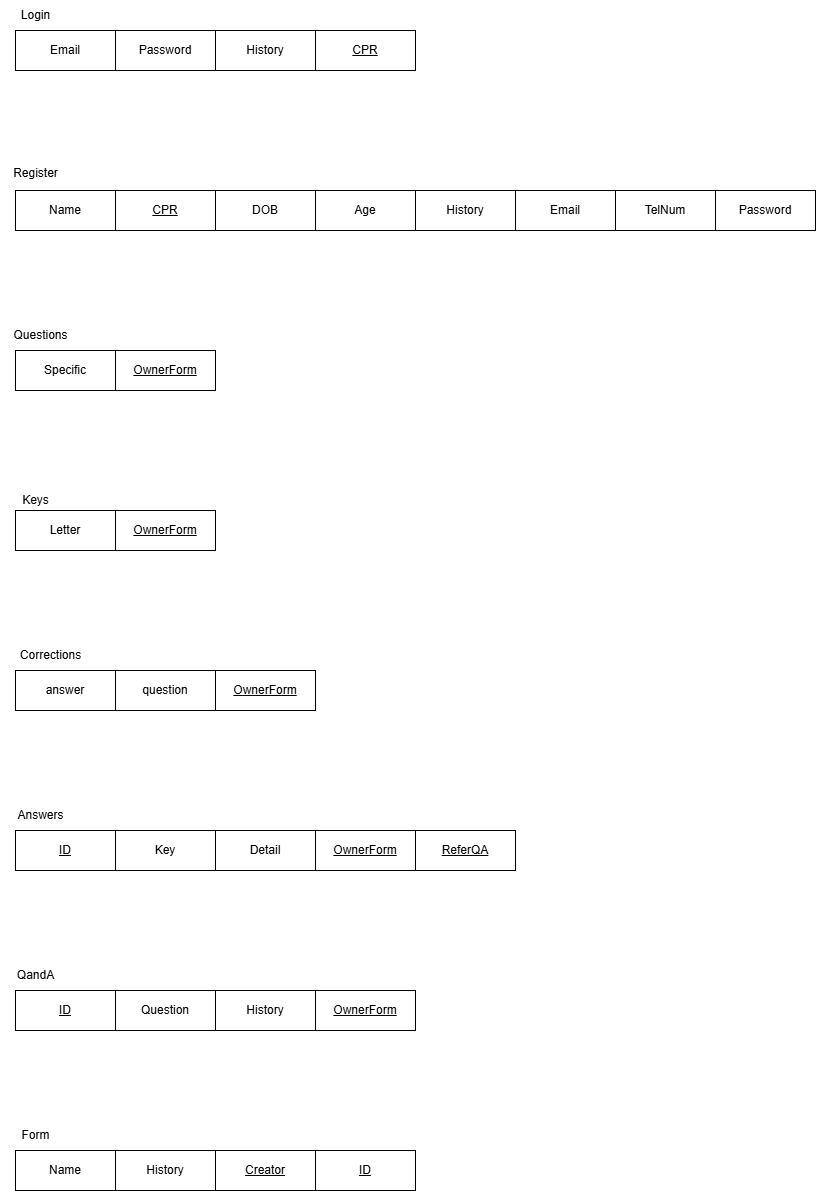
Above: Bahrainouna Project/Database_mapping.drawio.png in another4433/another4433 (draw.io), before the change. Source tidied: cells renumbered, new cells last; positions are measured from the earlier drawing's top-left corner, leaving out a move shared by most shapes.
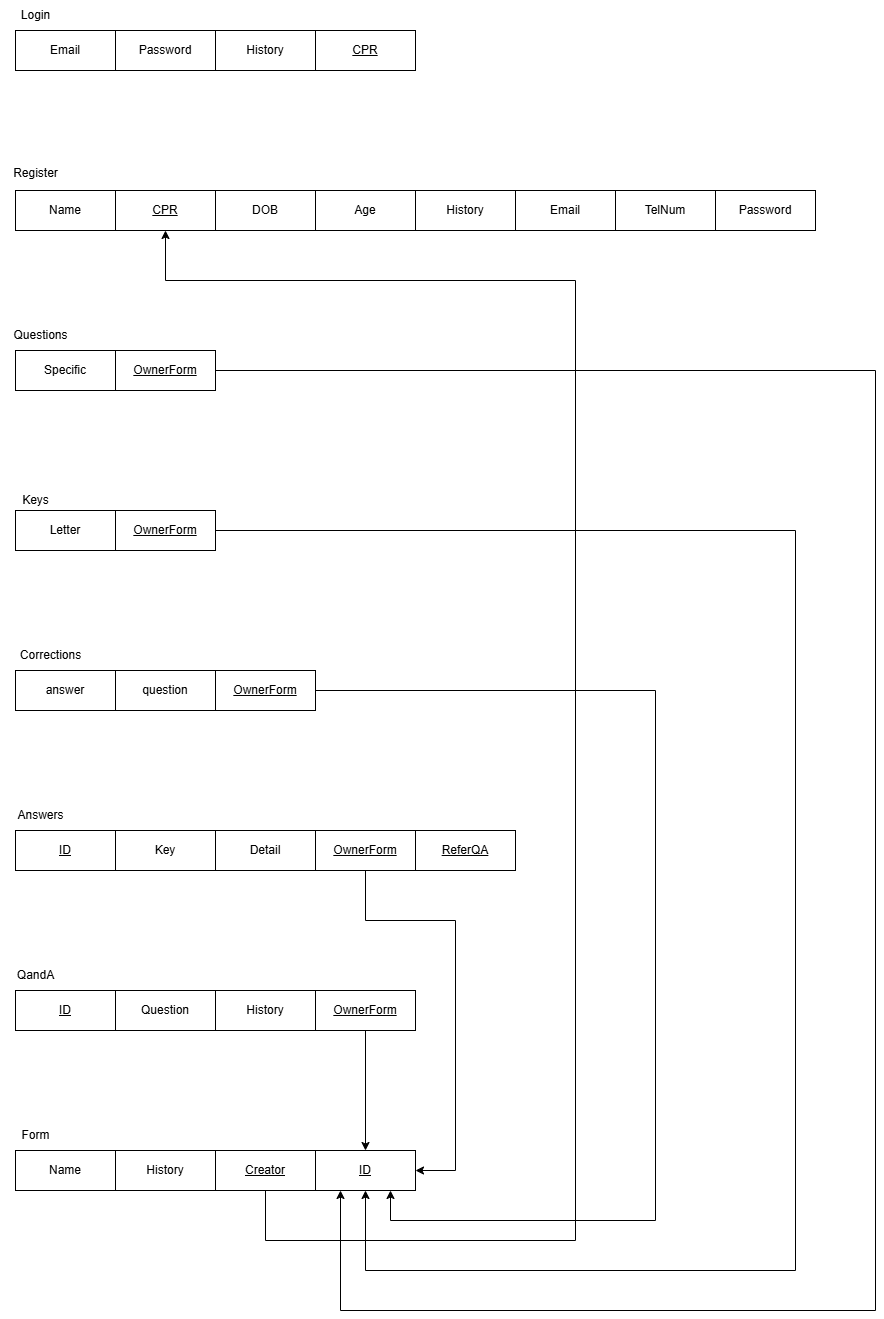
Above is the later version.

Diff of the diagram source:
```diff
@@ -2,12 +2,30 @@
   <root>
     <mxCell id="0" />
     <mxCell id="1" parent="0" />
+    <mxCell id="42" style="edgeStyle=orthogonalEdgeStyle;rounded=0;jettySize=auto;html=1;entryX=0.5;entryY=1;entryDx=0;entryDy=0;" parent="1" edge="1" source="2" target="34">
+      <mxGeometry relative="1" as="geometry">
+        <Array as="points">
+          <mxPoint x="795" y="530" />
+          <mxPoint x="795" y="1270" />
+          <mxPoint x="365" y="1270" />
+        </Array>
+      </mxGeometry>
+    </mxCell>
     <mxCell id="2" value="&lt;u&gt;OwnerForm&lt;/u&gt;" style="whiteSpace=wrap;html=1;align=center;" parent="1" vertex="1">
       <mxGeometry x="115" y="510" width="100" height="40" as="geometry" />
     </mxCell>
     <mxCell id="3" value="Letter" style="whiteSpace=wrap;html=1;align=center;" parent="1" vertex="1">
       <mxGeometry x="15" y="510" width="100" height="40" as="geometry" />
     </mxCell>
+    <mxCell id="43" style="edgeStyle=orthogonalEdgeStyle;rounded=0;jettySize=auto;html=1;entryX=0.25;entryY=1;entryDx=0;entryDy=0;" parent="1" edge="1" source="4" target="34">
+      <mxGeometry relative="1" as="geometry">
+        <Array as="points">
+          <mxPoint x="875" y="370" />
+          <mxPoint x="875" y="1310" />
+          <mxPoint x="340" y="1310" />
+        </Array>
+      </mxGeometry>
+    </mxCell>
     <mxCell id="4" value="&lt;u&gt;OwnerForm&lt;/u&gt;" style="whiteSpace=wrap;html=1;align=center;" parent="1" vertex="1">
       <mxGeometry x="115" y="350" width="100" height="40" as="geometry" />
     </mxCell>
@@ -65,6 +83,15 @@
     <mxCell id="22" value="&lt;u&gt;ID&lt;/u&gt;" style="whiteSpace=wrap;html=1;align=center;" parent="1" vertex="1">
       <mxGeometry x="15" y="990" width="100" height="40" as="geometry" />
     </mxCell>
+    <mxCell id="44" style="edgeStyle=orthogonalEdgeStyle;rounded=0;jettySize=auto;html=1;entryX=1;entryY=0.5;entryDx=0;entryDy=0;" parent="1" edge="1" source="23" target="34">
+      <mxGeometry relative="1" as="geometry">
+        <Array as="points">
+          <mxPoint x="365" y="920" />
+          <mxPoint x="455" y="920" />
+          <mxPoint x="455" y="1170" />
+        </Array>
+      </mxGeometry>
+    </mxCell>
     <mxCell id="23" value="&lt;u&gt;OwnerForm&lt;/u&gt;" style="whiteSpace=wrap;html=1;align=center;" parent="1" vertex="1">
       <mxGeometry x="315" y="830" width="100" height="40" as="geometry" />
     </mxCell>
@@ -80,6 +107,15 @@
     <mxCell id="27" value="&lt;u&gt;ID&lt;/u&gt;" style="whiteSpace=wrap;html=1;align=center;" parent="1" vertex="1">
       <mxGeometry x="15" y="830" width="100" height="40" as="geometry" />
     </mxCell>
+    <mxCell id="45" style="edgeStyle=orthogonalEdgeStyle;rounded=0;jettySize=auto;html=1;entryX=0.75;entryY=1;entryDx=0;entryDy=0;" parent="1" edge="1" source="28" target="34">
+      <mxGeometry relative="1" as="geometry">
+        <Array as="points">
+          <mxPoint x="655" y="690" />
+          <mxPoint x="655" y="1220" />
+          <mxPoint x="390" y="1220" />
+        </Array>
+      </mxGeometry>
+    </mxCell>
     <mxCell id="28" value="&lt;u&gt;OwnerForm&lt;/u&gt;" style="whiteSpace=wrap;html=1;align=center;" parent="1" vertex="1">
       <mxGeometry x="215" y="670" width="100" height="40" as="geometry" />
     </mxCell>
@@ -92,6 +128,16 @@
     <mxCell id="31" value="Name" style="whiteSpace=wrap;html=1;align=center;" parent="1" vertex="1">
       <mxGeometry x="15" y="1150" width="100" height="40" as="geometry" />
     </mxCell>
+    <mxCell id="46" style="edgeStyle=orthogonalEdgeStyle;rounded=0;jettySize=auto;html=1;entryX=0.5;entryY=1;entryDx=0;entryDy=0;exitX=0.5;exitY=1;exitDx=0;exitDy=0;" parent="1" edge="1" source="32" target="12">
+      <mxGeometry relative="1" as="geometry">
+        <Array as="points">
+          <mxPoint x="265" y="1240" />
+          <mxPoint x="575" y="1240" />
+          <mxPoint x="575" y="280" />
+          <mxPoint x="165" y="280" />
+        </Array>
+      </mxGeometry>
+    </mxCell>
     <mxCell id="32" value="&lt;u&gt;Creator&lt;/u&gt;" style="whiteSpace=wrap;html=1;align=center;" parent="1" vertex="1">
       <mxGeometry x="215" y="1150" width="100" height="40" as="geometry" />
     </mxCell>
@@ -101,6 +147,9 @@
     <mxCell id="34" value="&lt;u&gt;ID&lt;/u&gt;" style="whiteSpace=wrap;html=1;align=center;" parent="1" vertex="1">
       <mxGeometry x="315" y="1150" width="100" height="40" as="geometry" />
     </mxCell>
+    <mxCell id="47" style="edgeStyle=orthogonalEdgeStyle;rounded=0;jettySize=auto;html=1;entryX=0.5;entryY=0;entryDx=0;entryDy=0;" parent="1" edge="1" source="35" target="34">
+      <mxGeometry relative="1" as="geometry" />
+    </mxCell>
     <mxCell id="35" value="&lt;u&gt;OwnerForm&lt;/u&gt;" style="whiteSpace=wrap;html=1;align=center;" parent="1" vertex="1">
       <mxGeometry x="315" y="990" width="100" height="40" as="geometry" />
     </mxCell>
```
